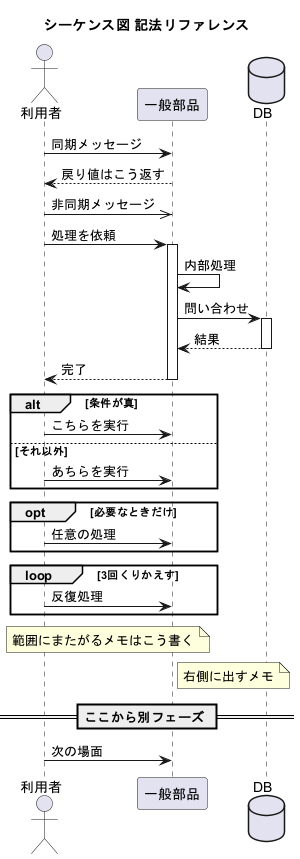
This is Sequence/_Template_Sequence.png from O-TYAN64/plantuml-cheatsheet, a PlantUML export, as it was before one commit. Source of this version:
```plantuml
@startuml
title シーケンス図 記法リファレンス

actor       利用者     as A
participant 一般部品   as B
database    DB         as C

A -> B : 同期メッセージ
B --> A : 戻り値はこう返す
A ->> B : 非同期メッセージ

A -> B : 処理を依頼
activate B
B -> B : 内部処理
B -> C : 問い合わせ
activate C
C --> B : 結果
deactivate C
B --> A : 完了
deactivate B

alt 条件が真
  A -> B : こちらを実行
else それ以外
  A -> B : あちらを実行
end

opt 必要なときだけ
  A -> B : 任意の処理
end

loop 3回くりかえす
  A -> B : 反復処理
end

note over A, B : 範囲にまたがるメモはこう書く
note right of B : 右側に出すメモ

== ここから別フェーズ ==
A -> B : 次の場面

@enduml
```
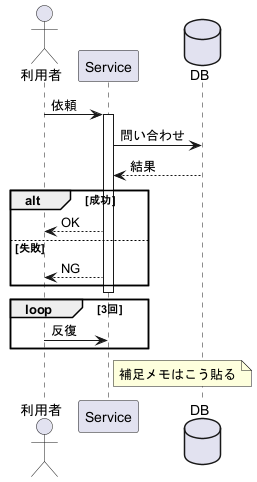
Above is the later version.

Change to the diagram source:
```diff
@@ -1,42 +1,21 @@
 @startuml
-title シーケンス図 記法リファレンス
+actor       利用者   as A
+participant Service  as B
+database    DB       as C
 
-actor       利用者     as A
-participant 一般部品   as B
-database    DB         as C
-
-A -> B : 同期メッセージ
-B --> A : 戻り値はこう返す
-A ->> B : 非同期メッセージ
-
-A -> B : 処理を依頼
+A -> B : 依頼
 activate B
-B -> B : 内部処理
-B -> C : 問い合わせ
-activate C
-C --> B : 結果
-deactivate C
-B --> A : 完了
+  B -> C : 問い合わせ
+  C --> B : 結果
+  alt 成功
+    B --> A : OK
+  else 失敗
+    B --> A : NG
+  end
 deactivate B
 
-alt 条件が真
-  A -> B : こちらを実行
-else それ以外
-  A -> B : あちらを実行
+loop 3回
+  A -> B : 反復
 end
-
-opt 必要なときだけ
-  A -> B : 任意の処理
-end
-
-loop 3回くりかえす
-  A -> B : 反復処理
-end
-
-note over A, B : 範囲にまたがるメモはこう書く
-note right of B : 右側に出すメモ
-
-== ここから別フェーズ ==
-A -> B : 次の場面
-
+note right of B : 補足メモはこう貼る
 @enduml
```
